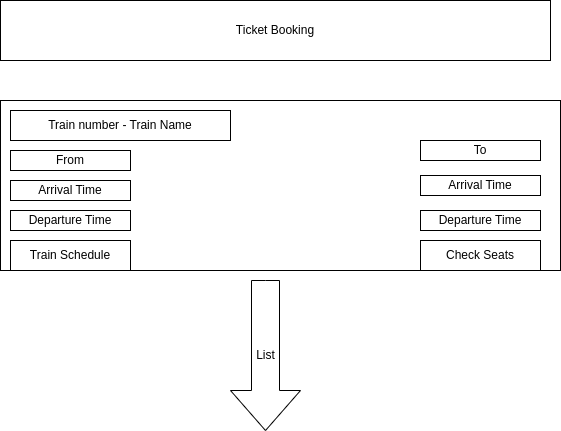
Before: TainListForTicketBooking.drawio.png, a diagram exported from draw.io (cdac-project-2025/project-diagrams). Source tidied: cells renumbered, new cells last; positions are measured from the earlier drawing's top-left corner, leaving out a move shared by most shapes. Its diagram source:
```xml
<mxGraphModel>
  <root>
    <mxCell id="0" />
    <mxCell id="1" parent="0" />
    <mxCell id="2" value="Ticket Booking" style="rounded=0;whiteSpace=wrap;html=1;" parent="1" vertex="1">
      <mxGeometry width="550" height="60" as="geometry" />
    </mxCell>
    <mxCell id="3" style="rounded=0;whiteSpace=wrap;html=1;" parent="1" vertex="1">
      <mxGeometry y="100" width="560" height="170" as="geometry" />
    </mxCell>
    <mxCell id="4" value="Train number - Train Name" style="rounded=0;whiteSpace=wrap;html=1;" parent="1" vertex="1">
      <mxGeometry x="10" y="110" width="220" height="30" as="geometry" />
    </mxCell>
    <mxCell id="5" value="From" style="rounded=0;whiteSpace=wrap;html=1;" parent="1" vertex="1">
      <mxGeometry x="10" y="150" width="120" height="20" as="geometry" />
    </mxCell>
    <mxCell id="6" value="Arrival Time" style="rounded=0;whiteSpace=wrap;html=1;" parent="1" vertex="1">
      <mxGeometry x="10" y="180" width="120" height="20" as="geometry" />
    </mxCell>
    <mxCell id="7" value="Departure Time" style="rounded=0;whiteSpace=wrap;html=1;" parent="1" vertex="1">
      <mxGeometry x="10" y="210" width="120" height="20" as="geometry" />
    </mxCell>
    <mxCell id="8" value="Train Schedule" style="rounded=0;whiteSpace=wrap;html=1;" parent="1" vertex="1">
      <mxGeometry x="10" y="240" width="120" height="30" as="geometry" />
    </mxCell>
    <mxCell id="9" value="To" style="rounded=0;whiteSpace=wrap;html=1;" parent="1" vertex="1">
      <mxGeometry x="420" y="140" width="120" height="20" as="geometry" />
    </mxCell>
    <mxCell id="10" value="Arrival Time" style="rounded=0;whiteSpace=wrap;html=1;" parent="1" vertex="1">
      <mxGeometry x="420" y="175" width="120" height="20" as="geometry" />
    </mxCell>
    <mxCell id="11" value="Departure Time" style="rounded=0;whiteSpace=wrap;html=1;" parent="1" vertex="1">
      <mxGeometry x="420" y="210" width="120" height="20" as="geometry" />
    </mxCell>
    <mxCell id="12" value="Check Seats" style="rounded=0;whiteSpace=wrap;html=1;" parent="1" vertex="1">
      <mxGeometry x="420" y="240" width="120" height="30" as="geometry" />
    </mxCell>
    <mxCell id="13" value="List" style="html=1;shadow=0;dashed=0;align=center;verticalAlign=middle;shape=mxgraph.arrows2.arrow;dy=0.6;dx=40;direction=south;notch=0;" parent="1" vertex="1">
      <mxGeometry x="230" y="280" width="70" height="150" as="geometry" />
    </mxCell>
  </root>
</mxGraphModel>
```
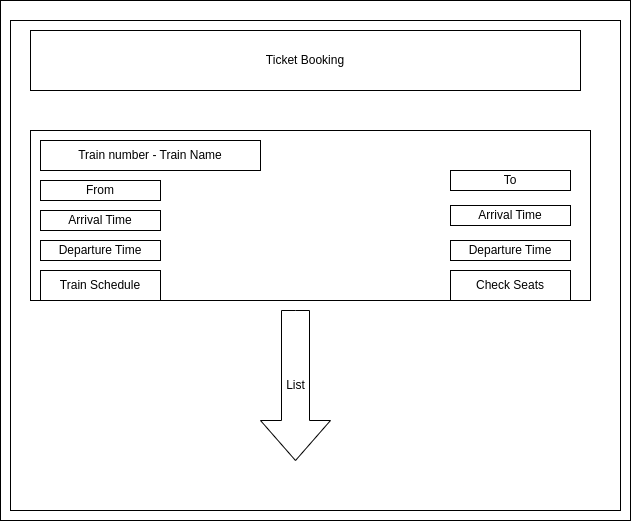
After the change.

Change to the diagram source:
```diff
@@ -2,6 +2,12 @@
   <root>
     <mxCell id="0" />
     <mxCell id="1" parent="0" />
+    <mxCell id="14" style="rounded=0;whiteSpace=wrap;html=1;" parent="1" vertex="1">
+      <mxGeometry x="-30" y="-30" width="630" height="520" as="geometry" />
+    </mxCell>
+    <mxCell id="15" style="rounded=0;whiteSpace=wrap;html=1;" parent="1" vertex="1">
+      <mxGeometry x="-20" y="-10" width="610" height="490" as="geometry" />
+    </mxCell>
     <mxCell id="2" value="Ticket Booking" style="rounded=0;whiteSpace=wrap;html=1;" parent="1" vertex="1">
       <mxGeometry width="550" height="60" as="geometry" />
     </mxCell>
```
